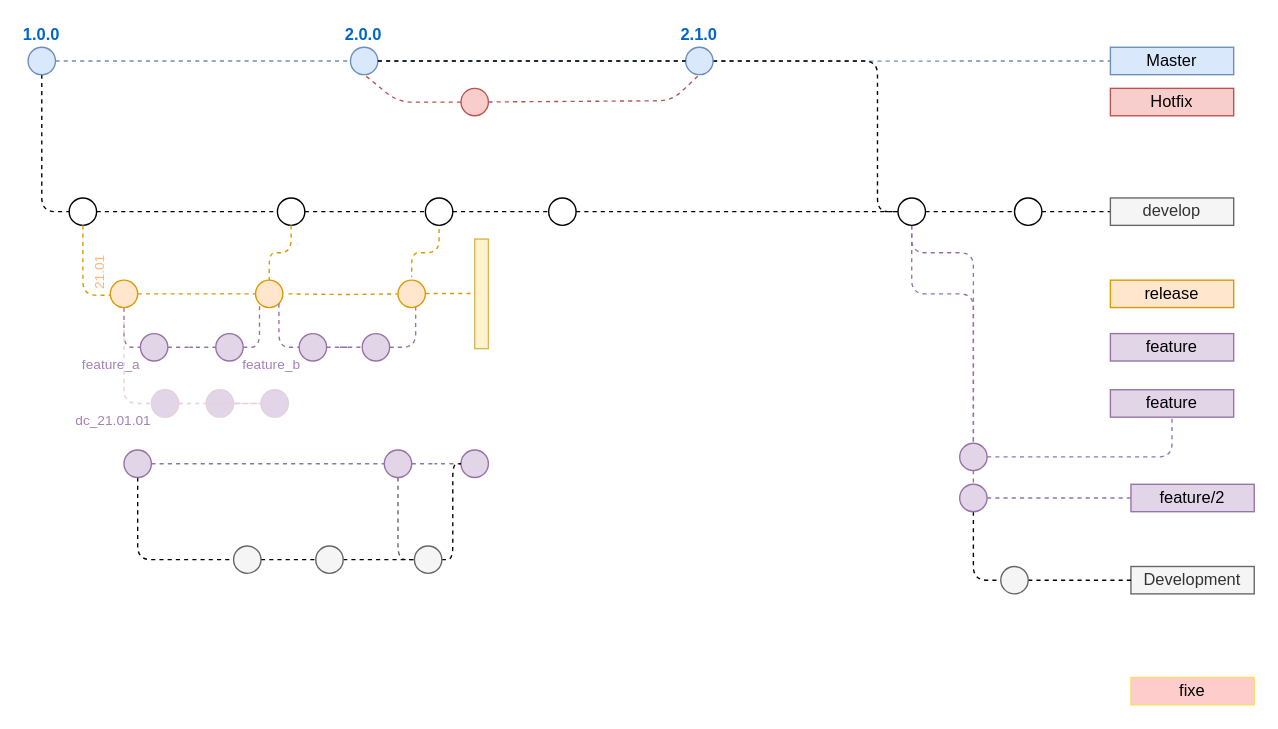
Earlier version of the draw.io diagram page "myway-roa-gitflow" (4 of 4) of Untitled Diagram.drawio (salmen/gitflowdiagram). Source tidied: cells renumbered, new cells numbered last; positions are measured from the earlier drawing's top-left corner, leaving out a move shared by most shapes. Both pictures are drawn from the tidied source at 137%, with x=0, y=0 at pixel (27, 47).
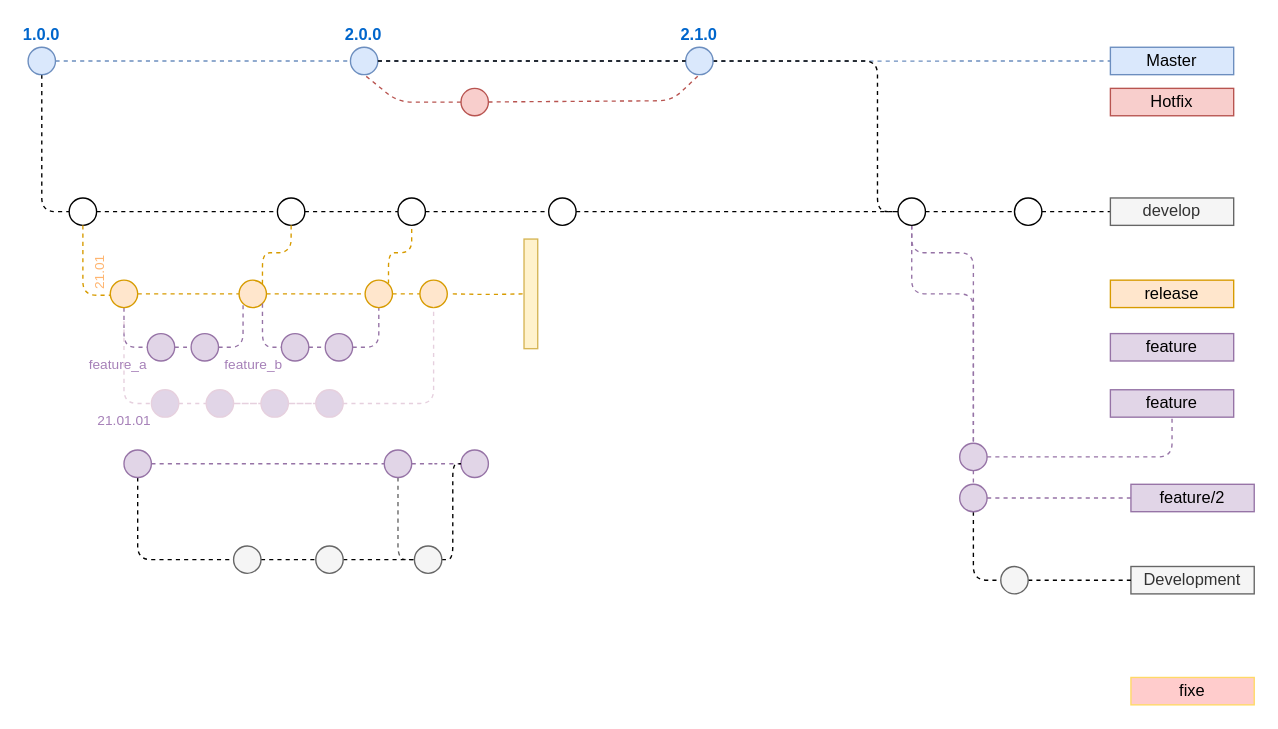
The same diagram, later.

Unchanged cells that the change refers to:
```xml
<mxCell id="14" style="ellipse;whiteSpace=wrap;html=1;fillColor=#FFFFFF;" parent="1" vertex="1">
  <mxGeometry x="182" y="110" width="20" height="20" as="geometry" />
</mxCell>
<mxCell id="76" style="ellipse;whiteSpace=wrap;html=1;fontSize=10;fillColor=#e1d5e7;strokeColor=#E6D0DE;" parent="1" vertex="1">
  <mxGeometry x="130" y="250" width="20" height="20" as="geometry" />
</mxCell>
```

The edit, as a diff of the source:
```diff
@@
     <mxCell id="16" style="ellipse;whiteSpace=wrap;html=1;fillColor=#FFFFFF;" parent="1" vertex="1">
-      <mxGeometry x="290" y="110" width="20" height="20" as="geometry" />
+      <mxGeometry x="270" y="110" width="20" height="20" as="geometry" />
     </mxCell>
@@
     <mxCell id="26" style="edgeStyle=orthogonalEdgeStyle;rounded=1;jettySize=auto;html=1;dashed=1;endArrow=none;endFill=0;fontSize=10;fontColor=#FFB570;fillColor=#e1d5e7;strokeColor=#9673a6;" parent="1" edge="1" source="56" target="27">
-      <mxGeometry relative="1" as="geometry" />
+      <mxGeometry relative="1" as="geometry">
+        <Array as="points">
+          <mxPoint x="117" y="219" />
+          <mxPoint x="117" y="219" />
+        </Array>
+      </mxGeometry>
     </mxCell>
     <mxCell id="27" style="ellipse;whiteSpace=wrap;html=1;fontSize=10;fillColor=#e1d5e7;strokeColor=#9673a6;" parent="1" vertex="1">
-      <mxGeometry x="137" y="209" width="20" height="20" as="geometry" />
+      <mxGeometry x="119" y="209" width="20" height="20" as="geometry" />
     </mxCell>
@@
     <mxCell id="56" value="&lt;div style=&quot;text-align: justify&quot;&gt;&lt;span&gt;feature_a&lt;/span&gt;&lt;/div&gt;" style="ellipse;whiteSpace=wrap;html=1;fontSize=10;fillColor=#e1d5e7;strokeColor=#9673a6;verticalAlign=top;labelPosition=left;verticalLabelPosition=bottom;align=right;horizontal=1;fontColor=#A680B8;spacing=0;spacingBottom=2;spacingLeft=0;spacingTop=-8;" parent="1" vertex="1">
-      <mxGeometry x="82" y="209" width="20" height="20" as="geometry" />
+      <mxGeometry x="87" y="209" width="20" height="20" as="geometry" />
     </mxCell>
@@
     <mxCell id="63" value="&lt;br&gt;" style="ellipse;whiteSpace=wrap;html=1;fontSize=10;labelPosition=center;verticalLabelPosition=top;align=center;verticalAlign=bottom;fillColor=#ffe6cc;strokeColor=#d79b00;fontColor=#FFB570;" parent="1" vertex="1">
-      <mxGeometry x="270" y="170" width="20" height="20" as="geometry" />
+      <mxGeometry x="286" y="170" width="20" height="20" as="geometry" />
     </mxCell>
     <mxCell id="64" style="ellipse;whiteSpace=wrap;html=1;fontSize=10;fillColor=#ffe6cc;strokeColor=#d79b00;" parent="1" vertex="1">
-      <mxGeometry x="166" y="170" width="20" height="20" as="geometry" />
+      <mxGeometry x="154" y="170" width="20" height="20" as="geometry" />
     </mxCell>
@@
-    <mxCell id="67" style="edgeStyle=orthogonalEdgeStyle;rounded=1;jettySize=auto;html=1;dashed=1;endArrow=none;endFill=0;fontSize=10;fontColor=#FFB570;fillColor=#ffe6cc;strokeColor=#d79b00;entryX=0;entryY=0.5;entryDx=0;entryDy=0;" parent="1" edge="1" target="63">
+    <mxCell id="67" style="edgeStyle=orthogonalEdgeStyle;rounded=1;jettySize=auto;html=1;dashed=1;endArrow=none;endFill=0;fontSize=10;fontColor=#FFB570;fillColor=#ffe6cc;strokeColor=#d79b00;" parent="1" edge="1" source="87">
       <mxGeometry relative="1" as="geometry">
-        <mxPoint x="190" y="180" as="sourcePoint" />
+        <mxPoint x="286" y="180" as="targetPoint" />
+        <Array as="points">
+          <mxPoint x="276" y="180" />
+          <mxPoint x="276" y="180" />
+        </Array>
       </mxGeometry>
     </mxCell>
     <mxCell id="68" style="edgeStyle=orthogonalEdgeStyle;rounded=1;jettySize=auto;html=1;dashed=1;endArrow=none;endFill=0;fontSize=10;fontColor=#FFB570;fillColor=#e1d5e7;strokeColor=#9673a6;exitX=1;exitY=1;exitDx=0;exitDy=0;entryX=0;entryY=0.5;entryDx=0;entryDy=0;" parent="1" edge="1" source="64" target="71">
       <mxGeometry relative="1" as="geometry">
         <Array as="points">
-          <mxPoint x="183" y="219" />
+          <mxPoint x="171" y="219" />
         </Array>
       </mxGeometry>
     </mxCell>
     <mxCell id="69" style="edgeStyle=orthogonalEdgeStyle;rounded=1;jettySize=auto;html=1;dashed=1;endArrow=none;endFill=0;fontSize=10;fontColor=#FFB570;fillColor=#e1d5e7;strokeColor=#9673a6;" parent="1" edge="1" source="71" target="70">
-      <mxGeometry relative="1" as="geometry" />
+      <mxGeometry relative="1" as="geometry">
+        <Array as="points">
+          <mxPoint x="218" y="219" />
+          <mxPoint x="218" y="219" />
+        </Array>
+      </mxGeometry>
     </mxCell>
     <mxCell id="70" style="ellipse;whiteSpace=wrap;html=1;fontSize=10;fillColor=#e1d5e7;strokeColor=#9673a6;" parent="1" vertex="1">
-      <mxGeometry x="243.9" y="209" width="20" height="20" as="geometry" />
+      <mxGeometry x="216.9" y="209" width="20" height="20" as="geometry" />
     </mxCell>
     <mxCell id="71" value="&lt;div style=&quot;text-align: justify&quot;&gt;&lt;span&gt;feature_b&lt;/span&gt;&lt;/div&gt;" style="ellipse;whiteSpace=wrap;html=1;fontSize=10;fillColor=#e1d5e7;strokeColor=#9673a6;verticalAlign=top;labelPosition=left;verticalLabelPosition=bottom;align=right;horizontal=1;spacingTop=-8;spacingLeft=11;spacingRight=-1;spacing=0;fontColor=#A680B8;" parent="1" vertex="1">
-      <mxGeometry x="197.9" y="209" width="20" height="20" as="geometry" />
+      <mxGeometry x="184.9" y="209" width="20" height="20" as="geometry" />
     </mxCell>
-    <mxCell id="72" style="edgeStyle=orthogonalEdgeStyle;rounded=1;jettySize=auto;html=1;dashed=1;endArrow=none;endFill=0;fontSize=10;fontColor=#FFB570;fillColor=#e1d5e7;strokeColor=#9673a6;exitX=1;exitY=0.5;exitDx=0;exitDy=0;entryX=0.5;entryY=1;entryDx=0;entryDy=0;" parent="1" edge="1" source="70">
-      <mxGeometry relative="1" as="geometry">
-        <mxPoint x="282.9" y="190" as="targetPoint" />
-      </mxGeometry>
+    <mxCell id="72" style="edgeStyle=orthogonalEdgeStyle;rounded=1;jettySize=auto;html=1;dashed=1;endArrow=none;endFill=0;fontSize=10;fontColor=#FFB570;fillColor=#e1d5e7;strokeColor=#9673a6;exitX=1;exitY=0.5;exitDx=0;exitDy=0;entryX=0.5;entryY=1;entryDx=0;entryDy=0;" parent="1" edge="1" source="70" target="87">
+      <mxGeometry relative="1" as="geometry" />
     </mxCell>
     <mxCell id="73" style="html=1;points=[];perimeter=orthogonalPerimeter;strokeColor=#d6b656;fillColor=#fff2cc;" parent="1" vertex="1">
-      <mxGeometry x="326" y="140" width="10" height="80" as="geometry" />
+      <mxGeometry x="362" y="140" width="10" height="80" as="geometry" />
     </mxCell>
     <mxCell id="74" style="edgeStyle=orthogonalEdgeStyle;rounded=1;jettySize=auto;html=1;dashed=1;endArrow=none;endFill=0;fontSize=10;fontColor=#FFB570;fillColor=#ffe6cc;strokeColor=#d79b00;entryX=0;entryY=0.5;entryDx=0;entryDy=0;" parent="1" edge="1" target="73">
       <mxGeometry relative="1" as="geometry">
-        <mxPoint x="290" y="179.7" as="sourcePoint" />
+        <mxPoint x="310" y="180" as="sourcePoint" />
       </mxGeometry>
     </mxCell>
@@
-    <mxCell id="77" value="&lt;div style=&quot;text-align: justify&quot;&gt;&lt;span&gt;dc_21.01.01&lt;/span&gt;&lt;/div&gt;" style="ellipse;whiteSpace=wrap;html=1;fontSize=10;fillColor=#e1d5e7;verticalAlign=top;labelPosition=left;verticalLabelPosition=bottom;align=right;horizontal=1;fontColor=#A680B8;spacing=0;spacingBottom=0;spacingTop=-8;strokeColor=#E6D0DE;" parent="1" vertex="1">
+    <mxCell id="77" value="&lt;div style=&quot;text-align: justify&quot;&gt;&lt;span&gt;21.01.01&lt;/span&gt;&lt;/div&gt;" style="ellipse;whiteSpace=wrap;html=1;fontSize=10;fillColor=#e1d5e7;verticalAlign=top;labelPosition=left;verticalLabelPosition=bottom;align=right;horizontal=1;fontColor=#A680B8;spacing=0;spacingBottom=0;spacingTop=-8;strokeColor=#E6D0DE;" parent="1" vertex="1">
       <mxGeometry x="90" y="250" width="20" height="20" as="geometry" />
     </mxCell>
@@
     <mxCell id="80" style="edgeStyle=orthogonalEdgeStyle;rounded=1;jettySize=auto;html=1;dashed=1;endArrow=none;endFill=0;fontSize=10;fontColor=#FFB570;fillColor=#e1d5e7;entryX=0;entryY=0.5;entryDx=0;entryDy=0;strokeColor=#E6D0DE;exitX=1;exitY=0.5;exitDx=0;exitDy=0;" parent="1" edge="1" source="77" target="76">
-      <mxGeometry relative="1" as="geometry">
-        <Array as="points">
-          <mxPoint x="160" y="260" />
-          <mxPoint x="160" y="260" />
-        </Array>
-      </mxGeometry>
+      <mxGeometry relative="1" as="geometry" />
     </mxCell>
+    <mxCell id="84" style="edgeStyle=orthogonalEdgeStyle;rounded=0;jettySize=auto;html=1;dashed=1;endArrow=none;endFill=0;strokeColor=#E6D0DE;fontColor=#A680B8;" parent="1" edge="1" source="81" target="85">
+      <mxGeometry relative="1" as="geometry" />
+    </mxCell>
-    <mxCell id="81" style="ellipse;whiteSpace=wrap;html=1;fontSize=10;fillColor=#e1d5e7;strokeColor=#E6D0DE;" parent="1" vertex="1">
+    <mxCell id="81" style="ellipse;whiteSpace=wrap;html=1;fontSize=10;fillColor=#e1d5e7;strokeColor=#E6D0DE;direction=south;" parent="1" vertex="1">
       <mxGeometry x="170" y="250" width="20" height="20" as="geometry" />
     </mxCell>
-    <mxCell id="82" style="edgeStyle=orthogonalEdgeStyle;rounded=1;jettySize=auto;html=1;dashed=1;endArrow=none;endFill=0;fontSize=10;fontColor=#FFB570;fillColor=#ffe6cc;strokeColor=#d79b00;entryX=0.5;entryY=0;entryDx=0;entryDy=0;exitX=0.5;exitY=1;exitDx=0;exitDy=0;" parent="1" edge="1" source="14" target="64">
+    <mxCell id="82" style="edgeStyle=orthogonalEdgeStyle;rounded=1;jettySize=auto;html=1;dashed=1;endArrow=none;endFill=0;fontSize=10;fontColor=#FFB570;fillColor=#ffe6cc;strokeColor=#d79b00;entryX=1;entryY=0;entryDx=0;entryDy=0;exitX=0.5;exitY=1;exitDx=0;exitDy=0;" parent="1" edge="1" source="14" target="64">
       <mxGeometry relative="1" as="geometry" />
     </mxCell>
-    <mxCell id="83" style="edgeStyle=orthogonalEdgeStyle;rounded=1;jettySize=auto;html=1;dashed=1;endArrow=none;endFill=0;fontSize=10;fontColor=#FFB570;fillColor=#ffe6cc;strokeColor=#d79b00;entryX=0.5;entryY=-0.117;entryDx=0;entryDy=0;exitX=0.5;exitY=1.133;exitDx=0;exitDy=0;exitPerimeter=0;entryPerimeter=0;" parent="1" edge="1" source="16" target="63">
-      <mxGeometry relative="1" as="geometry" />
+    <mxCell id="83" style="edgeStyle=orthogonalEdgeStyle;rounded=1;jettySize=auto;html=1;dashed=1;endArrow=none;endFill=0;fontSize=10;fontColor=#FFB570;fillColor=#ffe6cc;strokeColor=#d79b00;entryX=1;entryY=0;entryDx=0;entryDy=0;exitX=0.5;exitY=1.133;exitDx=0;exitDy=0;exitPerimeter=0;" parent="1" edge="1" source="16" target="87">
+      <mxGeometry relative="1" as="geometry">
+        <Array as="points">
+          <mxPoint x="280" y="150" />
+          <mxPoint x="263" y="150" />
+        </Array>
+      </mxGeometry>
     </mxCell>
+    <mxCell id="85" style="ellipse;whiteSpace=wrap;html=1;fontSize=10;fillColor=#e1d5e7;strokeColor=#E6D0DE;direction=south;" parent="1" vertex="1">
+      <mxGeometry x="210" y="250" width="20" height="20" as="geometry" />
+    </mxCell>
+    <mxCell id="86" style="edgeStyle=orthogonalEdgeStyle;rounded=1;jettySize=auto;html=1;dashed=1;endArrow=none;endFill=0;fontSize=10;fontColor=#FFB570;fillColor=#e1d5e7;entryX=0.5;entryY=1;entryDx=0;entryDy=0;strokeColor=#E6D0DE;exitX=0.5;exitY=0;exitDx=0;exitDy=0;" parent="1" edge="1" source="85" target="63">
+      <mxGeometry relative="1" as="geometry">
+        <Array as="points">
+          <mxPoint x="296" y="260" />
+        </Array>
+      </mxGeometry>
+    </mxCell>
+    <mxCell id="87" value="&lt;br&gt;" style="ellipse;whiteSpace=wrap;html=1;fontSize=10;labelPosition=center;verticalLabelPosition=top;align=center;verticalAlign=bottom;fillColor=#ffe6cc;strokeColor=#d79b00;fontColor=#FFB570;" parent="1" vertex="1">
+      <mxGeometry x="246" y="170" width="20" height="20" as="geometry" />
+    </mxCell>
+    <mxCell id="88" style="edgeStyle=orthogonalEdgeStyle;rounded=1;jettySize=auto;html=1;dashed=1;endArrow=none;endFill=0;fontSize=10;fontColor=#FFB570;fillColor=#ffe6cc;strokeColor=#d79b00;entryX=0;entryY=0.5;entryDx=0;entryDy=0;exitX=1;exitY=0.5;exitDx=0;exitDy=0;" parent="1" edge="1" source="64" target="87">
+      <mxGeometry relative="1" as="geometry" />
+    </mxCell>
```
